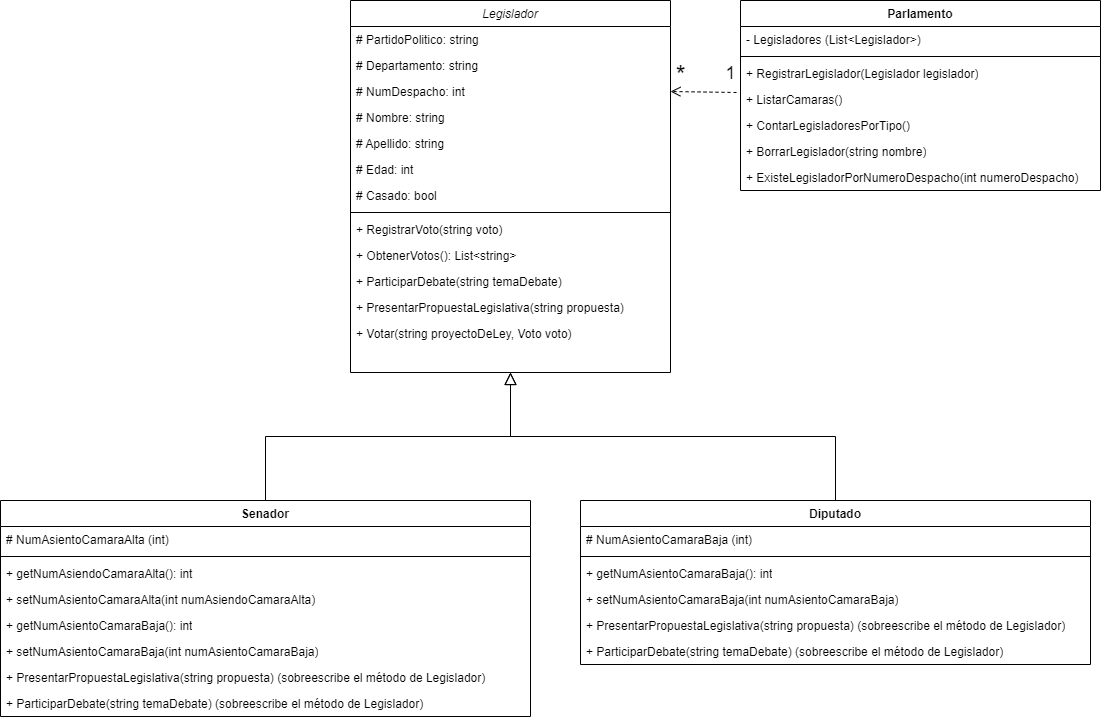
Earlier version of the draw.io export TrabajoPractico1/TrabajoPractico1.drawio.png (FedeGolda/Practicos_Prog2_CEI). Source tidied: cells renumbered, new cells last; positions are measured from the earlier drawing's top-left corner, leaving out a move shared by most shapes.
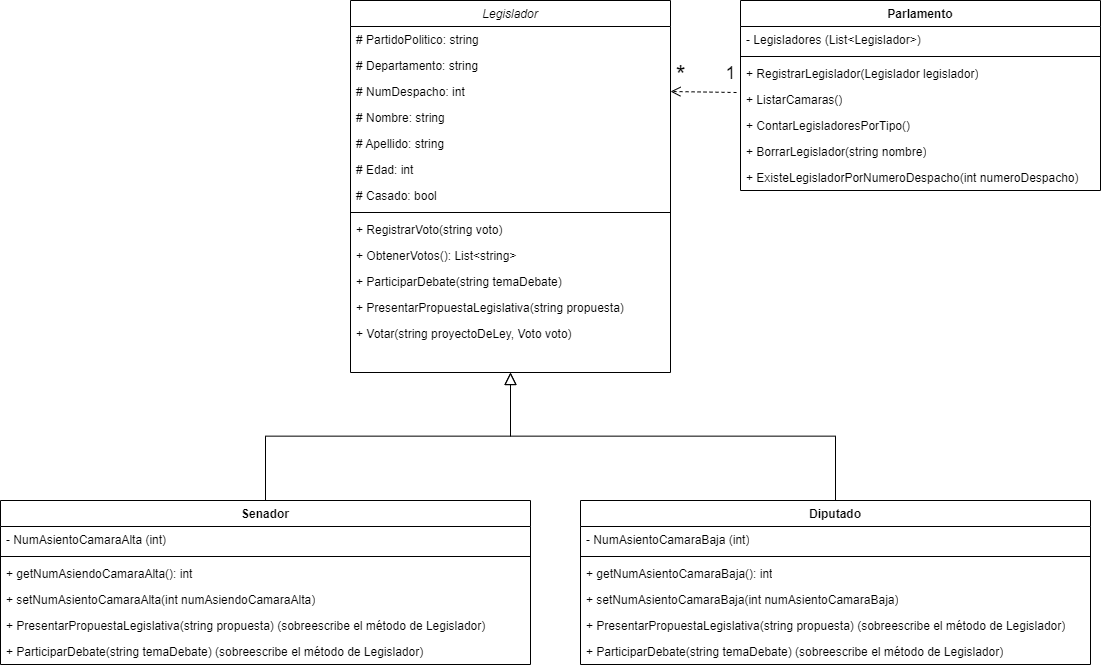
After the commit.

Diff of the diagram source:
```diff
@@ -75,9 +75,9 @@
       <mxGeometry y="164" width="360" height="26" as="geometry" />
     </mxCell>
     <mxCell id="26" value="Senador" style="swimlane;fontStyle=1;align=center;verticalAlign=top;horizontal=1;startSize=26;whiteSpace=wrap;html=1;" parent="1" vertex="1">
-      <mxGeometry y="500" width="530" height="216" as="geometry" />
+      <mxGeometry y="500" width="530" height="164" as="geometry" />
     </mxCell>
-    <mxCell id="27" value="# NumAsientoCamaraAlta (int)" style="text;strokeColor=none;fillColor=none;align=left;verticalAlign=top;spacingLeft=4;spacingRight=4;overflow=hidden;whiteSpace=wrap;html=1;" parent="26" vertex="1">
+    <mxCell id="27" value="- NumAsientoCamaraAlta (int)" style="text;strokeColor=none;fillColor=none;align=left;verticalAlign=top;spacingLeft=4;spacingRight=4;overflow=hidden;whiteSpace=wrap;html=1;" parent="26" vertex="1">
       <mxGeometry y="26" width="530" height="26" as="geometry" />
     </mxCell>
     <mxCell id="28" style="line;strokeWidth=1;fillColor=none;align=left;verticalAlign=middle;spacingTop=-1;spacingLeft=3;spacingRight=3;labelPosition=right;strokeColor=inherit;" parent="26" vertex="1">
@@ -89,22 +89,16 @@
     <mxCell id="30" value="+ setNumAsientoCamaraAlta(int numAsiendoCamaraAlta)" style="text;strokeColor=none;fillColor=none;align=left;verticalAlign=top;spacingLeft=4;spacingRight=4;overflow=hidden;whiteSpace=wrap;html=1;" parent="26" vertex="1">
       <mxGeometry y="86" width="530" height="26" as="geometry" />
     </mxCell>
-    <mxCell id="31" value="+ getNumAsientoCamaraBaja(): int" style="text;strokeColor=none;fillColor=none;align=left;verticalAlign=top;spacingLeft=4;spacingRight=4;overflow=hidden;whiteSpace=wrap;html=1;" parent="26" vertex="1">
-      <mxGeometry y="112" width="530" height="26" as="geometry" />
-    </mxCell>
-    <mxCell id="32" value="+ setNumAsientoCamaraBaja(int numAsientoCamaraBaja)" style="text;strokeColor=none;fillColor=none;align=left;verticalAlign=top;spacingLeft=4;spacingRight=4;overflow=hidden;whiteSpace=wrap;html=1;" parent="26" vertex="1">
-      <mxGeometry y="138" width="530" height="26" as="geometry" />
-    </mxCell>
     <mxCell id="33" value="+ PresentarPropuestaLegislativa(string propuesta) (sobreescribe el método de Legislador)&amp;nbsp;" style="text;strokeColor=none;fillColor=none;align=left;verticalAlign=top;spacingLeft=4;spacingRight=4;overflow=hidden;whiteSpace=wrap;html=1;" parent="26" vertex="1">
-      <mxGeometry y="164" width="530" height="26" as="geometry" />
+      <mxGeometry y="112" width="530" height="26" as="geometry" />
     </mxCell>
     <mxCell id="34" value="+ ParticiparDebate(string temaDebate) (sobreescribe el método de Legislador)&amp;nbsp;" style="text;strokeColor=none;fillColor=none;align=left;verticalAlign=top;spacingLeft=4;spacingRight=4;overflow=hidden;whiteSpace=wrap;html=1;" parent="26" vertex="1">
-      <mxGeometry y="190" width="530" height="26" as="geometry" />
+      <mxGeometry y="138" width="530" height="26" as="geometry" />
     </mxCell>
     <mxCell id="35" value="Diputado" style="swimlane;fontStyle=1;align=center;verticalAlign=top;horizontal=1;startSize=26;whiteSpace=wrap;html=1;" parent="1" vertex="1">
       <mxGeometry x="580" y="500" width="510" height="164" as="geometry" />
     </mxCell>
-    <mxCell id="36" value="# NumAsientoCamaraBaja (int)" style="text;strokeColor=none;fillColor=none;align=left;verticalAlign=top;spacingLeft=4;spacingRight=4;overflow=hidden;whiteSpace=wrap;html=1;" parent="35" vertex="1">
+    <mxCell id="36" value="- NumAsientoCamaraBaja (int)" style="text;strokeColor=none;fillColor=none;align=left;verticalAlign=top;spacingLeft=4;spacingRight=4;overflow=hidden;whiteSpace=wrap;html=1;" parent="35" vertex="1">
       <mxGeometry y="26" width="510" height="26" as="geometry" />
     </mxCell>
     <mxCell id="37" style="line;strokeWidth=1;fillColor=none;align=left;verticalAlign=middle;spacingTop=-1;spacingLeft=3;spacingRight=3;labelPosition=right;strokeColor=inherit;" parent="35" vertex="1">
```
